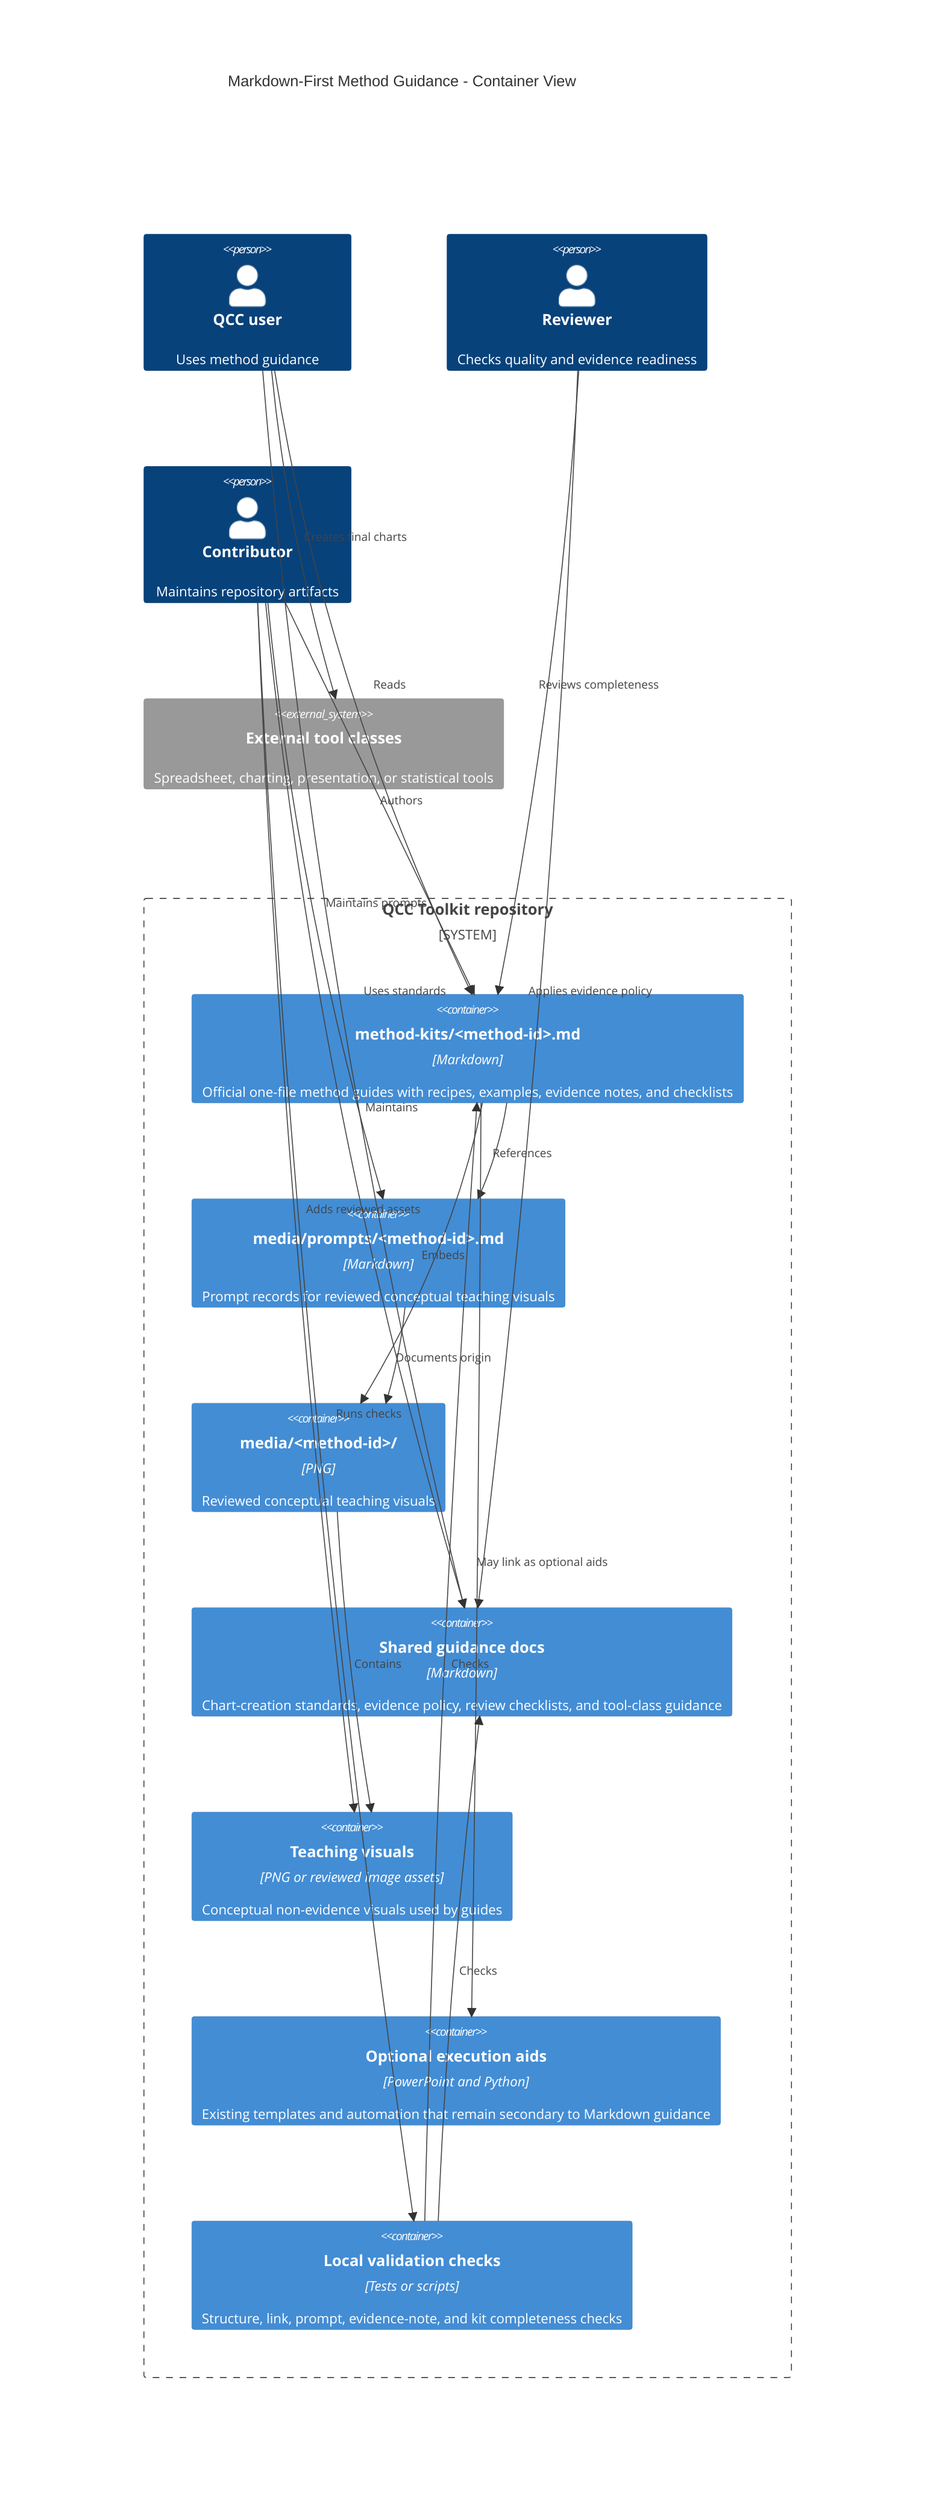
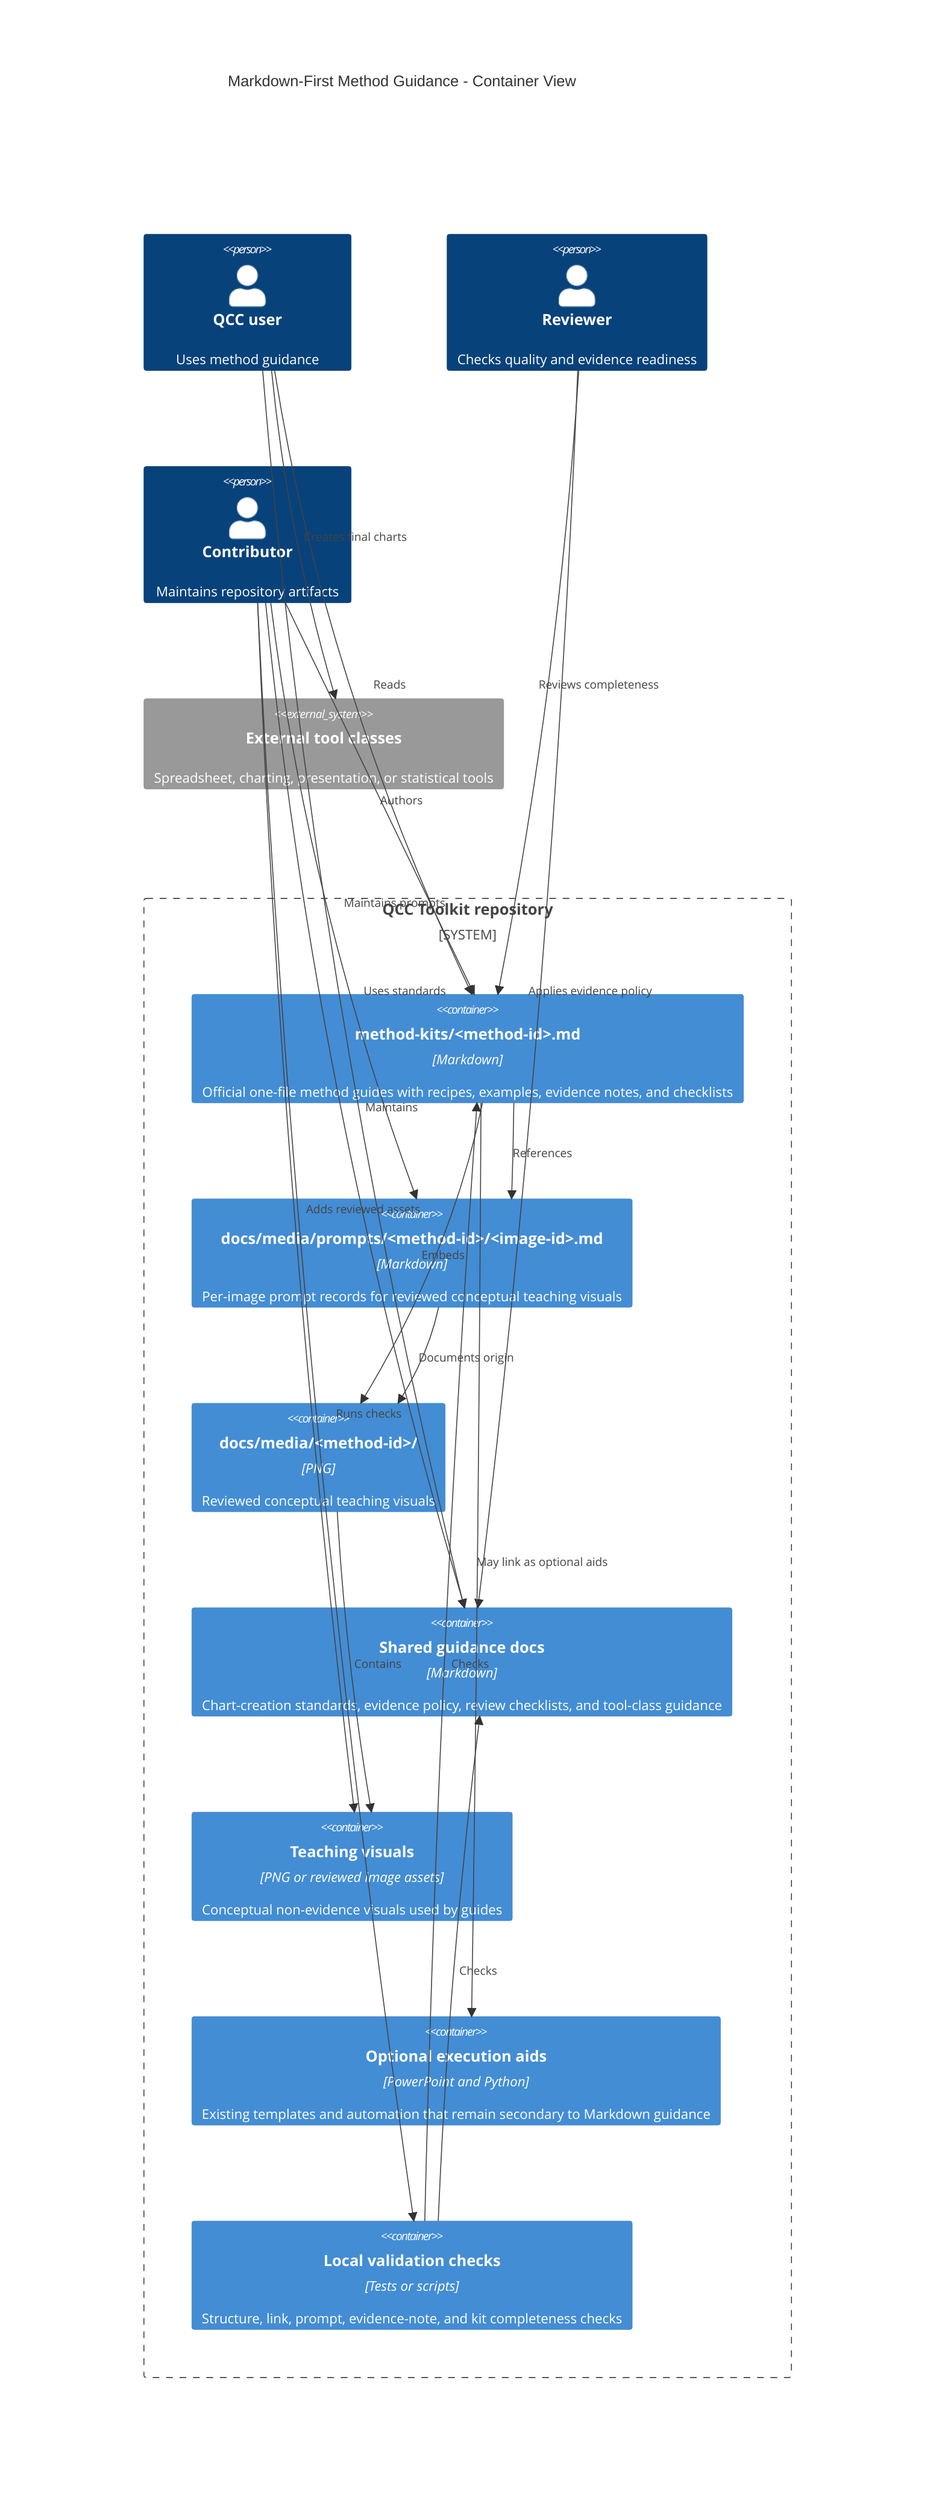
C4Container
  title Markdown-First Method Guidance - Container View

  Person(user, "QCC user", "Uses method guidance")
  Person(reviewer, "Reviewer", "Checks quality and evidence readiness")
  Person(contributor, "Contributor", "Maintains repository artifacts")

  System_Boundary(repo, "QCC Toolkit repository") {
    Container(method_kits, "method-kits/<method-id>.md", "Markdown", "Official one-file method guides with recipes, examples, evidence notes, and checklists")
-     Container(prompt_records, "media/prompts/<method-id>.md", "Markdown", "Prompt records for reviewed conceptual teaching visuals")
-     Container(method_media, "media/<method-id>/", "PNG", "Reviewed conceptual teaching visuals")
+     Container(prompt_records, "docs/media/prompts/<method-id>/<image-id>.md", "Markdown", "Per-image prompt records for reviewed conceptual teaching visuals")
+     Container(method_media, "docs/media/<method-id>/", "PNG", "Reviewed conceptual teaching visuals")
    Container(shared_guidance, "Shared guidance docs", "Markdown", "Chart-creation standards, evidence policy, review checklists, and tool-class guidance")
    Container(teaching_assets, "Teaching visuals", "PNG or reviewed image assets", "Conceptual non-evidence visuals used by guides")
    Container(optional_aids, "Optional execution aids", "PowerPoint and Python", "Existing templates and automation that remain secondary to Markdown guidance")
    Container(validation, "Local validation checks", "Tests or scripts", "Structure, link, prompt, evidence-note, and kit completeness checks")
  }

  System_Ext(tool, "External tool classes", "Spreadsheet, charting, presentation, or statistical tools")

  Rel(contributor, method_kits, "Authors")
  Rel(contributor, shared_guidance, "Maintains")
  Rel(contributor, prompt_records, "Maintains prompts")
  Rel(contributor, teaching_assets, "Adds reviewed assets")
  Rel(contributor, validation, "Runs checks")
  Rel(user, method_kits, "Reads")
  Rel(user, shared_guidance, "Uses standards")
  Rel(user, tool, "Creates final charts")
  Rel(reviewer, method_kits, "Reviews completeness")
  Rel(reviewer, shared_guidance, "Applies evidence policy")
  Rel(method_kits, prompt_records, "References")
  Rel(method_kits, method_media, "Embeds")
  Rel(prompt_records, method_media, "Documents origin")
  Rel(method_media, teaching_assets, "Contains")
  Rel(method_kits, optional_aids, "May link as optional aids")
  Rel(validation, method_kits, "Checks")
  Rel(validation, shared_guidance, "Checks")
